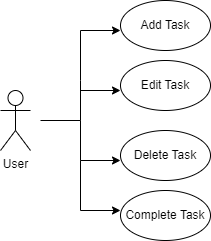
Above: To-Do-List-Application/to_do_list.drawio.png in HafsaManan1/Python-Training (draw.io), before the change. Source tidied: cells renumbered, new cells last; positions are measured from the earlier drawing's top-left corner, leaving out a move shared by most shapes. Source of this version:
```xml
<mxGraphModel background="#ffffff">
  <root>
    <mxCell id="0" />
    <mxCell id="1" parent="0" />
    <mxCell id="2" style="endArrow=none;html=1;rounded=0;exitX=1;exitY=0.5;exitDx=0;exitDy=0;" parent="1" edge="1">
      <mxGeometry relative="1" as="geometry">
        <mxPoint x="40" y="120" as="sourcePoint" />
        <mxPoint x="80" y="120" as="targetPoint" />
      </mxGeometry>
    </mxCell>
    <mxCell id="3" style="endArrow=classic;html=1;rounded=0;entryX=0;entryY=0.5;entryDx=0;entryDy=0;" parent="1" edge="1">
      <mxGeometry relative="1" as="geometry">
        <mxPoint x="80" y="120" as="sourcePoint" />
        <mxPoint x="120" y="30" as="targetPoint" />
        <Array as="points">
          <mxPoint x="80" y="80" />
          <mxPoint x="80" y="30" />
        </Array>
      </mxGeometry>
    </mxCell>
    <mxCell id="4" style="endArrow=classic;html=1;rounded=0;entryX=0;entryY=0.5;entryDx=0;entryDy=0;" parent="1" edge="1">
      <mxGeometry relative="1" as="geometry">
        <mxPoint x="80" y="90" as="sourcePoint" />
        <mxPoint x="120" y="90" as="targetPoint" />
      </mxGeometry>
    </mxCell>
    <mxCell id="5" style="endArrow=classic;html=1;rounded=0;entryX=0;entryY=0.75;entryDx=0;entryDy=0;" parent="1" edge="1">
      <mxGeometry relative="1" as="geometry">
        <mxPoint x="80" y="120" as="sourcePoint" />
        <mxPoint x="120" y="160" as="targetPoint" />
        <Array as="points">
          <mxPoint x="80" y="160" />
        </Array>
      </mxGeometry>
    </mxCell>
    <mxCell id="6" style="endArrow=classic;html=1;rounded=0;entryX=0;entryY=0.5;entryDx=0;entryDy=0;" parent="1" edge="1">
      <mxGeometry relative="1" as="geometry">
        <mxPoint x="80" y="160" as="sourcePoint" />
        <mxPoint x="120" y="210" as="targetPoint" />
        <Array as="points">
          <mxPoint x="80" y="210" />
        </Array>
      </mxGeometry>
    </mxCell>
    <mxCell id="7" value="User&lt;br&gt;" style="shape=umlActor;verticalLabelPosition=bottom;verticalAlign=top;html=1;" parent="1" vertex="1">
      <mxGeometry y="90" width="30" height="60" as="geometry" />
    </mxCell>
    <mxCell id="8" value="Add Task" style="ellipse;whiteSpace=wrap;html=1;glass=0;sketch=0;" parent="1" vertex="1">
      <mxGeometry x="120" width="90" height="50" as="geometry" />
    </mxCell>
    <mxCell id="9" value="Edit Task" style="ellipse;whiteSpace=wrap;html=1;glass=0;sketch=0;" parent="1" vertex="1">
      <mxGeometry x="120" y="60" width="90" height="50" as="geometry" />
    </mxCell>
    <mxCell id="10" value="Delete Task" style="ellipse;whiteSpace=wrap;html=1;glass=0;sketch=0;" parent="1" vertex="1">
      <mxGeometry x="120" y="130" width="90" height="50" as="geometry" />
    </mxCell>
    <mxCell id="11" value="Complete Task" style="ellipse;whiteSpace=wrap;html=1;glass=0;sketch=0;" parent="1" vertex="1">
      <mxGeometry x="120" y="190" width="90" height="50" as="geometry" />
    </mxCell>
  </root>
</mxGraphModel>
```
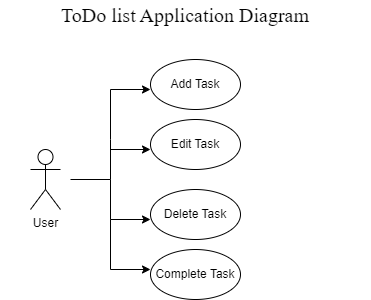
The same file after the commit.

Diff of the diagram source:
```diff
@@ -57,5 +57,8 @@
     <mxCell id="11" value="Complete Task" style="ellipse;whiteSpace=wrap;html=1;glass=0;sketch=0;" parent="1" vertex="1">
       <mxGeometry x="120" y="190" width="90" height="50" as="geometry" />
     </mxCell>
+    <mxCell id="12" value="&lt;font face=&quot;Times New Roman&quot;&gt;ToDo list Application Diagram&lt;/font&gt;" style="text;strokeColor=none;align=center;fillColor=none;html=1;verticalAlign=middle;whiteSpace=wrap;rounded=0;fontSize=20;fontFamily=Architects Daughter;" parent="1" vertex="1">
+      <mxGeometry x="-30" y="-59" width="370" height="30" as="geometry" />
+    </mxCell>
   </root>
 </mxGraphModel>
```
